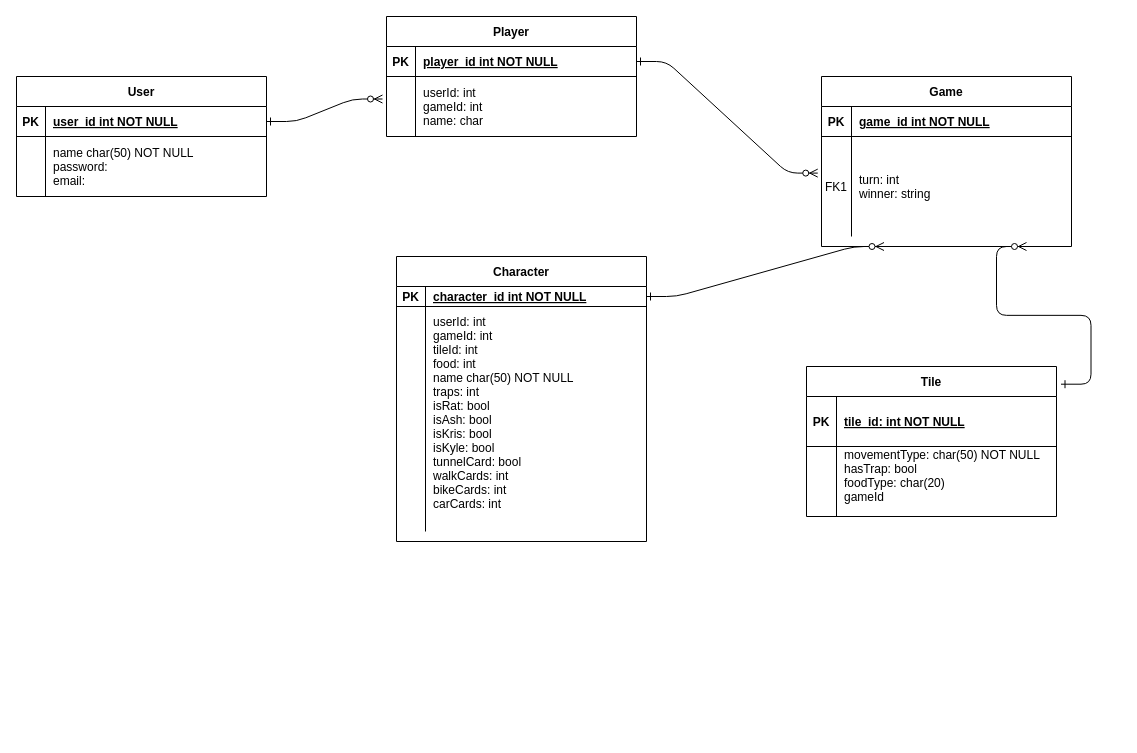
sebaterrazas/ERdiagram keeps this draw.io diagram as Untitled Diagram.drawio. Above is the earlier version. Source tidied: cells renumbered, new cells numbered last; positions are measured from the earlier drawing's top-left corner, leaving out a move shared by most shapes. Both pictures are drawn from the tidied source at 100%, with x=0, y=0 at pixel (16, 16).
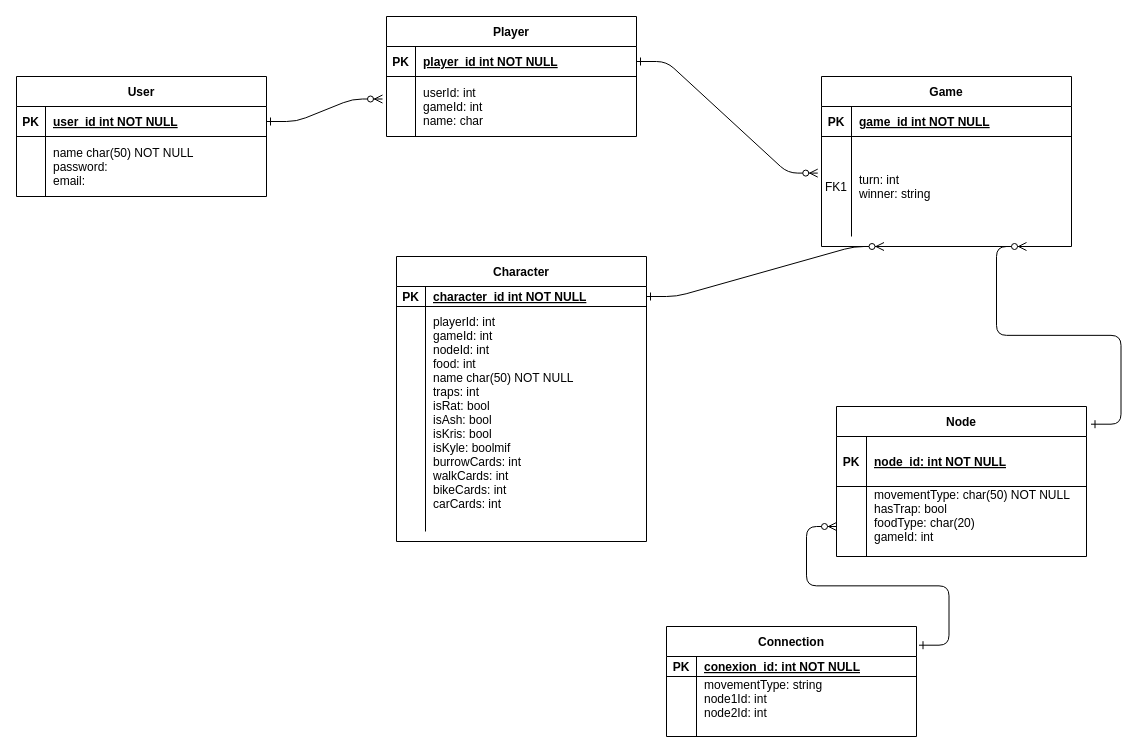
The same page after the edit.

The change refers to these unchanged cells:
```xml
<mxCell id="13" style="shape=partialRectangle;fillColor=none;top=0;left=0;right=0;bottom=0;" parent="9" vertex="1">
  <mxGeometry y="50" width="250" height="225" as="geometry" />
</mxCell>
<mxCell id="19" style="shape=partialRectangle;fillColor=none;top=0;left=0;right=0;bottom=1;" parent="18" vertex="1">
  <mxGeometry y="30" width="250" height="50" as="geometry" />
</mxCell>
<mxCell id="22" style="shape=partialRectangle;fillColor=none;top=0;left=0;right=0;bottom=0;" parent="18" vertex="1">
  <mxGeometry y="80" width="250" height="70" as="geometry" />
</mxCell>
```

The edit, as a diff of the source:
```diff
@@
-    <mxCell id="15" value="userId: int&#10;gameId: int&#10;tileId: int&#10;food: int&#10;name char(50) NOT NULL&#10;traps: int&#10;isRat: bool&#10;isAsh: bool&#10;isKris: bool&#10;isKyle: bool&#10;tunnelCard: bool&#10;walkCards: int&#10;bikeCards: int&#10;carCards: int&#10;" style="shape=partialRectangle;overflow=hidden;fillColor=none;top=0;left=0;bottom=0;right=0;align=left;spacingLeft=6;" parent="13" vertex="1">
+    <mxCell id="15" value="playerId: int&#10;gameId: int&#10;nodeId: int&#10;food: int&#10;name char(50) NOT NULL&#10;traps: int&#10;isRat: bool&#10;isAsh: bool&#10;isKris: bool&#10;isKyle: boolmif&#10;burrowCards: int&#10;walkCards: int&#10;bikeCards: int&#10;carCards: int&#10;" style="shape=partialRectangle;overflow=hidden;fillColor=none;top=0;left=0;bottom=0;right=0;align=left;spacingLeft=6;" parent="13" vertex="1">
       <mxGeometry x="29" width="221" height="225" as="geometry" />
     </mxCell>
@@
-    <mxCell id="18" value="Tile" style="shape=table;startSize=30;childLayout=tableLayout;rowLines=0;fontStyle=1;align=center;" parent="1" vertex="1">
-      <mxGeometry x="790" y="350" width="250" height="150" as="geometry" />
+    <mxCell id="18" value="Node" style="shape=table;startSize=30;childLayout=tableLayout;rowLines=0;fontStyle=1;align=center;" parent="1" vertex="1">
+      <mxGeometry x="820" y="390" width="250" height="150" as="geometry" />
     </mxCell>
@@
-    <mxCell id="21" value="tile_id: int NOT NULL" style="shape=partialRectangle;overflow=hidden;fillColor=none;top=0;left=0;bottom=0;right=0;align=left;spacingLeft=6;fontStyle=5;" parent="19" vertex="1">
+    <mxCell id="21" value="node_id: int NOT NULL" style="shape=partialRectangle;overflow=hidden;fillColor=none;top=0;left=0;bottom=0;right=0;align=left;spacingLeft=6;fontStyle=5;" parent="19" vertex="1">
       <mxGeometry x="30" width="220" height="50" as="geometry" />
     </mxCell>
@@
-    <mxCell id="24" value="movementType: char(50) NOT NULL&#10;hasTrap: bool&#10;foodType: char(20)&#10;gameId&#10;" style="shape=partialRectangle;overflow=hidden;fillColor=none;top=0;left=0;bottom=0;right=0;align=left;spacingLeft=6;" parent="22" vertex="1">
+    <mxCell id="24" value="movementType: char(50) NOT NULL&#10;hasTrap: bool&#10;foodType: char(20)&#10;gameId: int&#10;" style="shape=partialRectangle;overflow=hidden;fillColor=none;top=0;left=0;bottom=0;right=0;align=left;spacingLeft=6;" parent="22" vertex="1">
       <mxGeometry x="30" width="220" height="70" as="geometry" />
     </mxCell>
@@
+    <mxCell id="41" value="Connection" style="shape=table;startSize=30;childLayout=tableLayout;rowLines=0;fontStyle=1;align=center;" parent="1" vertex="1">
+      <mxGeometry x="650" y="610" width="250" height="110" as="geometry" />
+    </mxCell>
+    <mxCell id="42" style="shape=partialRectangle;fillColor=none;top=0;left=0;right=0;bottom=1;" parent="41" vertex="1">
+      <mxGeometry y="30" width="250" height="20" as="geometry" />
+    </mxCell>
+    <mxCell id="43" value="PK" style="shape=partialRectangle;overflow=hidden;fillColor=none;top=0;left=0;bottom=0;right=0;fontStyle=1;" parent="42" vertex="1">
+      <mxGeometry width="30" height="20" as="geometry" />
+    </mxCell>
+    <mxCell id="44" value="conexion_id: int NOT NULL" style="shape=partialRectangle;overflow=hidden;fillColor=none;top=0;left=0;bottom=0;right=0;align=left;spacingLeft=6;fontStyle=5;" parent="42" vertex="1">
+      <mxGeometry x="30" width="220" height="20" as="geometry" />
+    </mxCell>
+    <mxCell id="45" style="shape=partialRectangle;fillColor=none;top=0;left=0;right=0;bottom=0;" parent="41" vertex="1">
+      <mxGeometry y="50" width="250" height="60" as="geometry" />
+    </mxCell>
+    <mxCell id="46" style="shape=partialRectangle;overflow=hidden;fillColor=none;top=0;left=0;bottom=0;right=0;" parent="45" vertex="1">
+      <mxGeometry width="30" height="60" as="geometry" />
+    </mxCell>
+    <mxCell id="47" value="movementType: string&#10;node1Id: int&#10;node2Id: int&#10;&#10;" style="shape=partialRectangle;overflow=hidden;fillColor=none;top=0;left=0;bottom=0;right=0;align=left;spacingLeft=6;" parent="45" vertex="1">
+      <mxGeometry x="30" width="220" height="60" as="geometry" />
+    </mxCell>
+    <mxCell id="48" style="edgeStyle=entityRelationEdgeStyle;endArrow=ERzeroToMany;startArrow=ERone;endFill=1;startFill=0;exitX=1.01;exitY=0.17;exitDx=0;exitDy=0;exitPerimeter=0;" parent="1" edge="1" source="41">
+      <mxGeometry relative="1" as="geometry">
+        <mxPoint x="820" y="510" as="targetPoint" />
+      </mxGeometry>
+    </mxCell>
```
